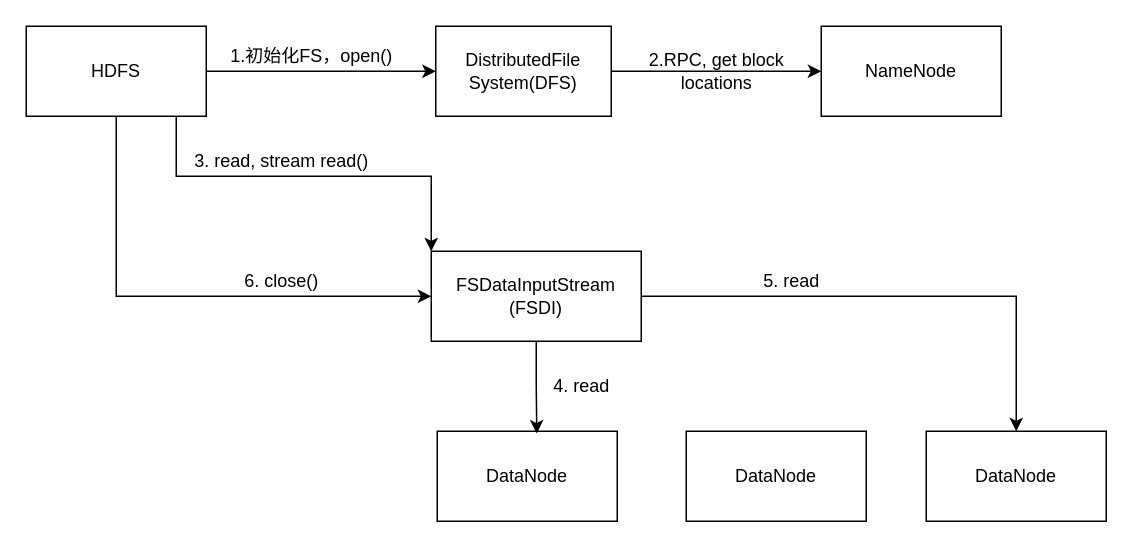
Earlier version of the draw.io diagram drawio/HDFS读取过程.drawio (airyv/Image-Hosting). Source tidied: cells renumbered, new cells numbered last; positions are measured from the earlier drawing's top-left corner, leaving out a move shared by most shapes. Both pictures are drawn from the tidied source at 150%, with x=0, y=0 at pixel (26, 26).
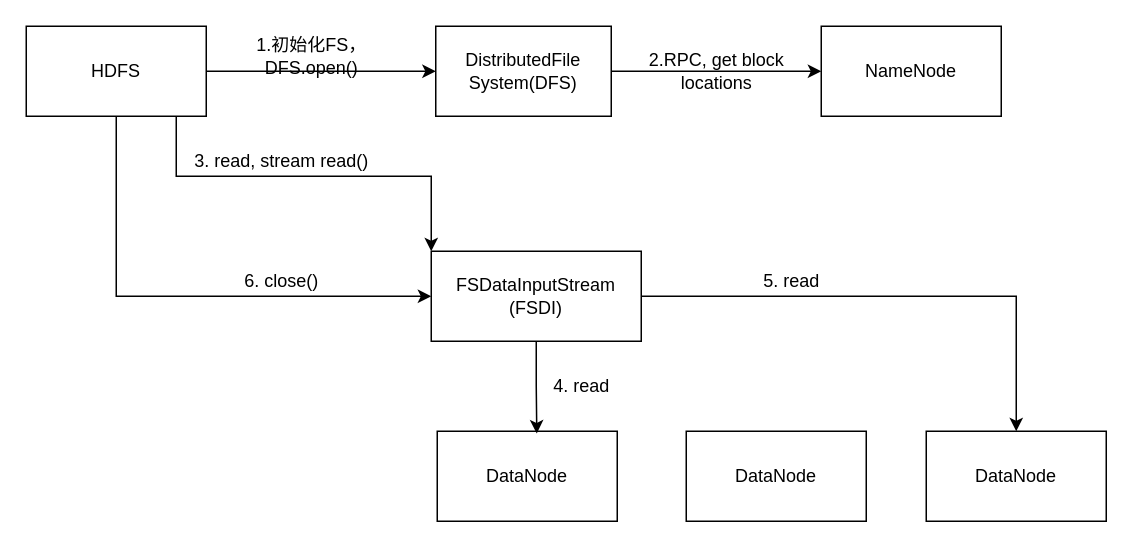
The same diagram, later.

The edit, as a diff of the source:
```diff
@@
-    <mxCell id="9" value="1.初始化FS，open()" style="text;html=1;align=center;verticalAlign=middle;strokeColor=none;" parent="1" vertex="1">
-      <mxGeometry x="120" y="10" width="140" height="20" as="geometry" />
+    <mxCell id="9" value="1.初始化FS，&lt;br&gt;DFS.open()" style="text;html=1;align=center;verticalAlign=middle;strokeColor=none;" parent="1" vertex="1">
+      <mxGeometry x="140" y="5" width="100" height="30" as="geometry" />
     </mxCell>
```
